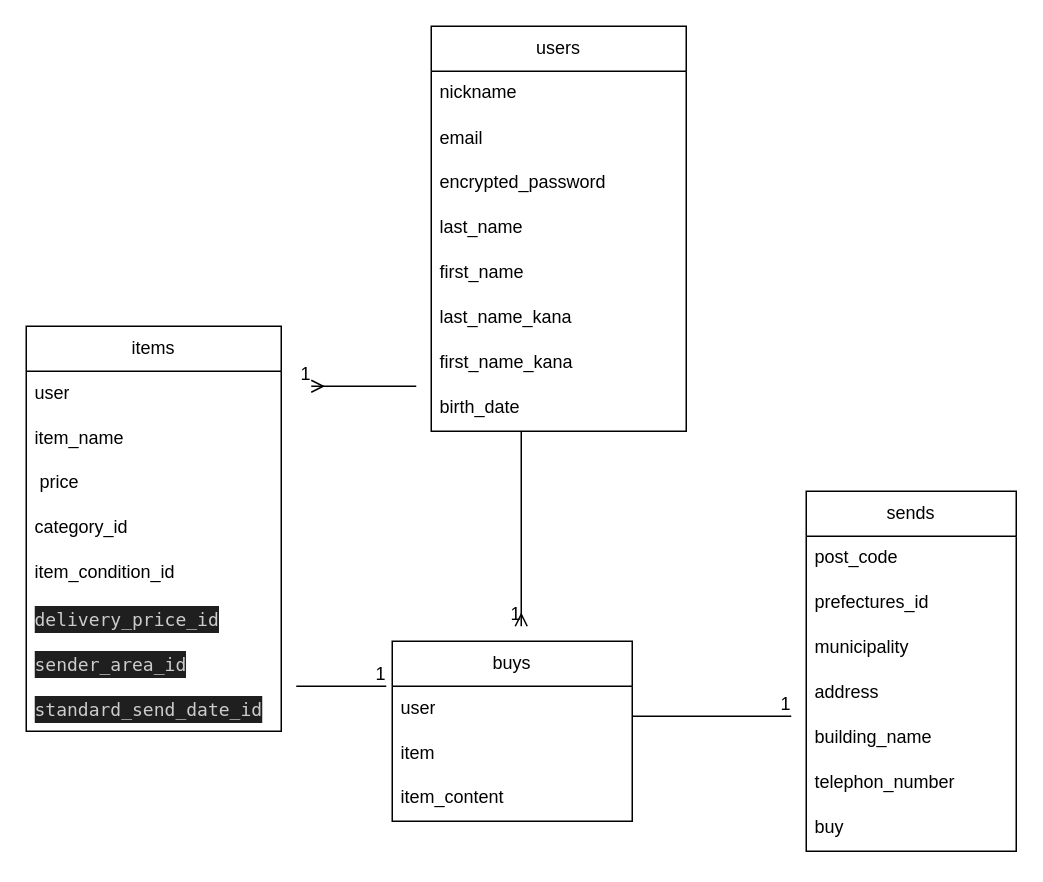
oberiberi/furima-39317 keeps this draw.io diagram as .dio. Above is the earlier version. Source tidied: cells renumbered, new cells numbered last; positions are measured from the earlier drawing's top-left corner, leaving out a move shared by most shapes. Both pictures are drawn from the tidied source at 150%, with x=0, y=0 at pixel (26, 26).
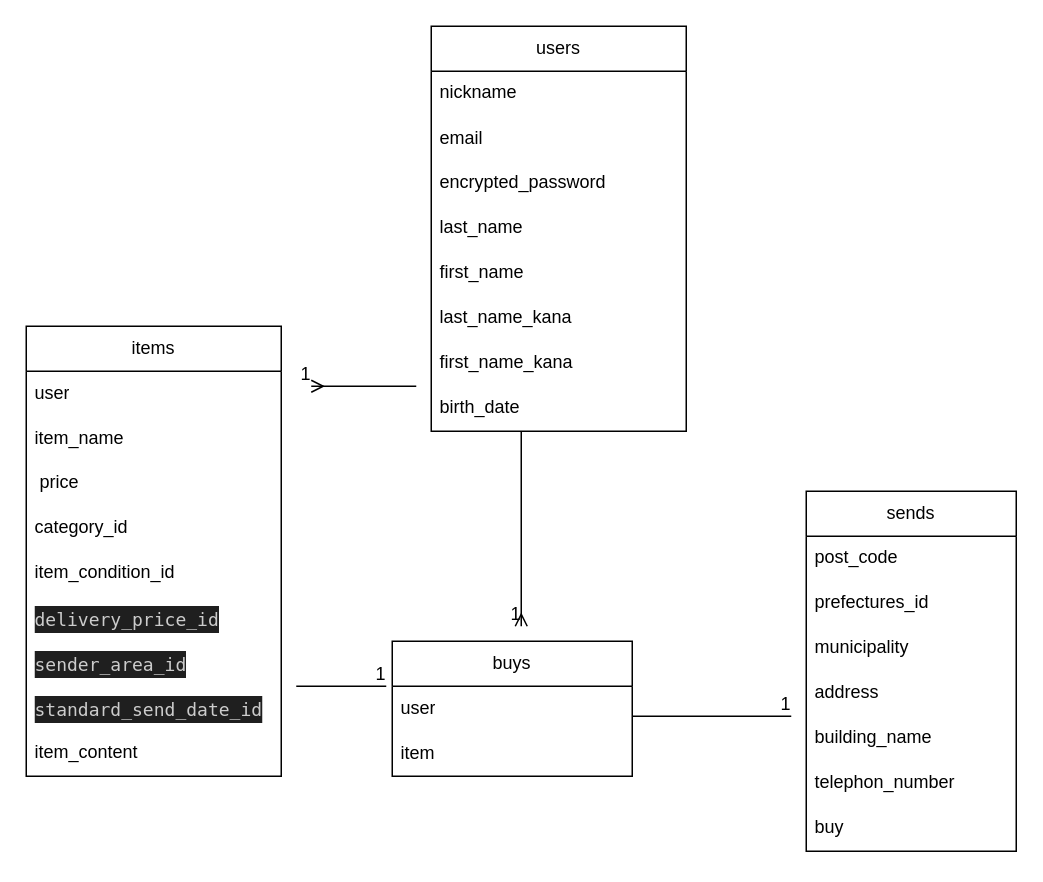
The same page after the edit.

Commit message (it also covers changes not shown here):
テータベース設計　修正４

What changed in the source:
```diff
@@
     <mxCell id="11" value="items" style="swimlane;fontStyle=0;horizontal=1;startSize=30;whiteSpace=wrap;html=1;" parent="1" vertex="1">
-      <mxGeometry y="200" width="170" height="270" as="geometry" />
+      <mxGeometry y="200" width="170" height="300" as="geometry" />
     </mxCell>
@@
+    <mxCell id="32" value="item_content" style="text;strokeColor=none;fillColor=none;spacingLeft=4;spacingRight=4;overflow=hidden;fontSize=12;" parent="11" vertex="1">
+      <mxGeometry y="270" width="170" height="30" as="geometry" />
+    </mxCell>
@@
     <mxCell id="29" value="buys" style="swimlane;fontStyle=0;horizontal=1;startSize=30;whiteSpace=wrap;html=1;" parent="1" vertex="1">
-      <mxGeometry x="244" y="410" width="160" height="120" as="geometry" />
+      <mxGeometry x="244" y="410" width="160" height="90" as="geometry" />
     </mxCell>
@@
-    <mxCell id="32" value="item_content" style="text;strokeColor=none;fillColor=none;spacingLeft=4;spacingRight=4;overflow=hidden;fontSize=12;" parent="29" vertex="1">
-      <mxGeometry y="90" width="160" height="30" as="geometry" />
-    </mxCell>
```
